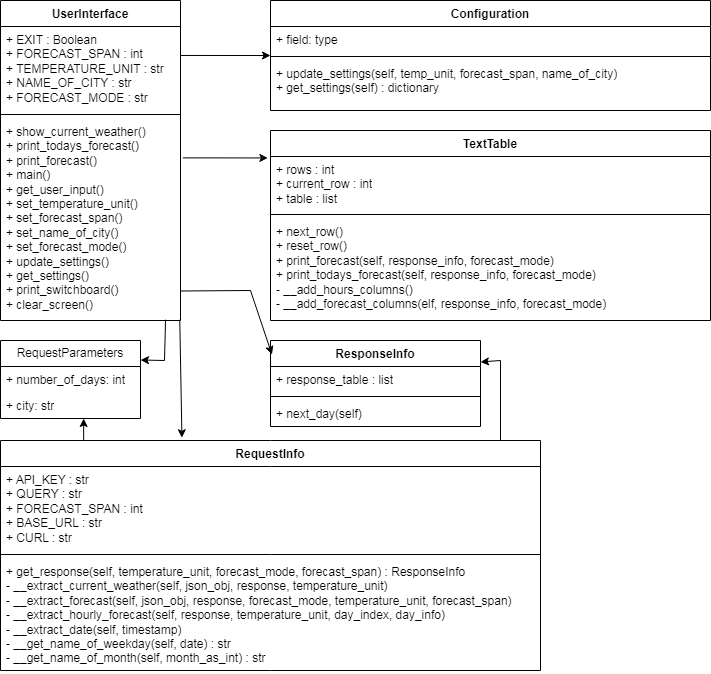
This is documentation/img/class-diagram.png from dimitri-edel/terminal_app, a draw.io export, as it was before one commit. Source tidied: cells renumbered, new cells last; positions are measured from the earlier drawing's top-left corner, leaving out a move shared by most shapes.
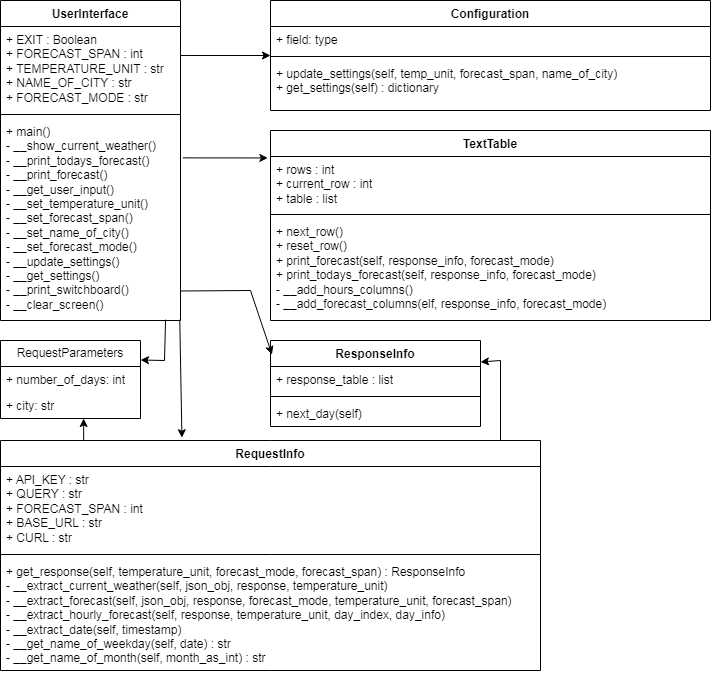
Later version of the same file.

What changed in the source:
```diff
@@ -11,7 +11,7 @@
     <mxCell id="4" style="line;strokeWidth=1;fillColor=none;align=left;verticalAlign=middle;spacingTop=-1;spacingLeft=3;spacingRight=3;labelPosition=right;strokeColor=inherit;" parent="2" vertex="1">
       <mxGeometry y="110" width="180" height="8" as="geometry" />
     </mxCell>
-    <mxCell id="5" value="+ show_current_weather()&lt;br&gt;+ print_todays_forecast()&lt;br&gt;+ print_forecast()&lt;br&gt;+ main()&lt;br&gt;+ get_user_input()&lt;br&gt;+ set_temperature_unit()&lt;br&gt;+ set_forecast_span()&lt;br&gt;+ set_name_of_city()&lt;br&gt;+ set_forecast_mode()&lt;br&gt;+ update_settings()&lt;br&gt;+ get_settings()&lt;br&gt;+ print_switchboard()&lt;br&gt;+ clear_screen()" style="text;strokeColor=none;fillColor=none;align=left;verticalAlign=top;spacingLeft=4;spacingRight=4;overflow=hidden;points=[[0,0.5],[1,0.5]];portConstraint=eastwest;whiteSpace=wrap;html=1;" parent="2" vertex="1">
+    <mxCell id="5" value="+ main()&lt;br&gt;- __show_current_weather()&lt;br&gt;- __print_todays_forecast()&lt;br&gt;- __print_forecast()&lt;br&gt;- __get_user_input()&lt;br&gt;- __set_temperature_unit()&lt;br&gt;- __set_forecast_span()&lt;br&gt;- __set_name_of_city()&lt;br&gt;- __set_forecast_mode()&lt;br&gt;- __update_settings()&lt;br&gt;- __get_settings()&lt;br&gt;- __print_switchboard()&lt;br&gt;- __clear_screen()" style="text;strokeColor=none;fillColor=none;align=left;verticalAlign=top;spacingLeft=4;spacingRight=4;overflow=hidden;points=[[0,0.5],[1,0.5]];portConstraint=eastwest;whiteSpace=wrap;html=1;" parent="2" vertex="1">
       <mxGeometry y="118" width="180" height="202" as="geometry" />
     </mxCell>
     <mxCell id="6" value="TextTable" style="swimlane;fontStyle=1;align=center;verticalAlign=top;horizontal=1;startSize=26;whiteSpace=wrap;html=1;" parent="1" vertex="1">
```
